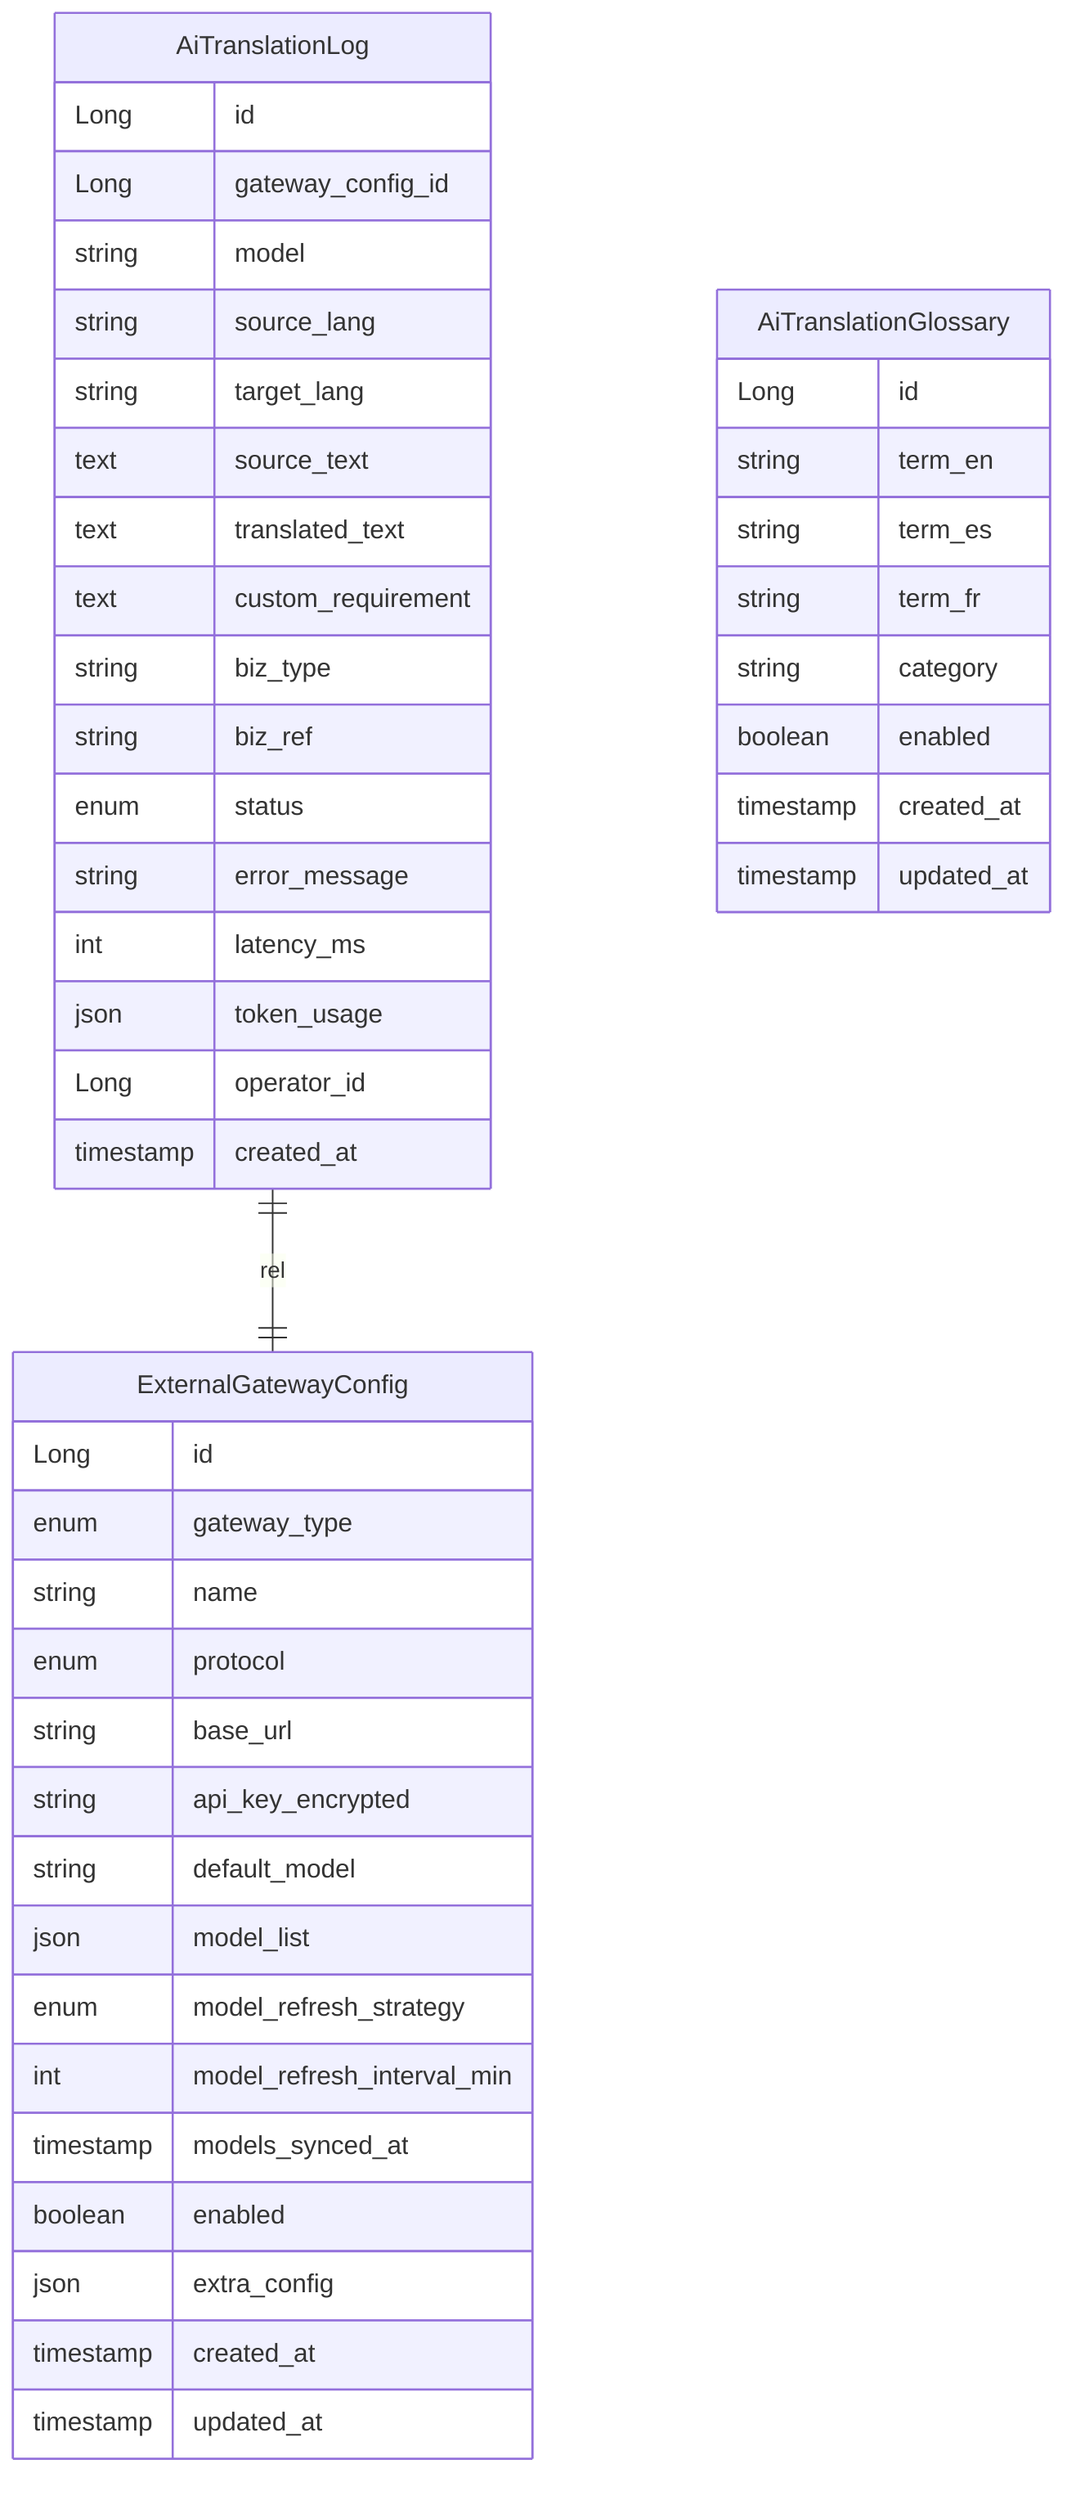
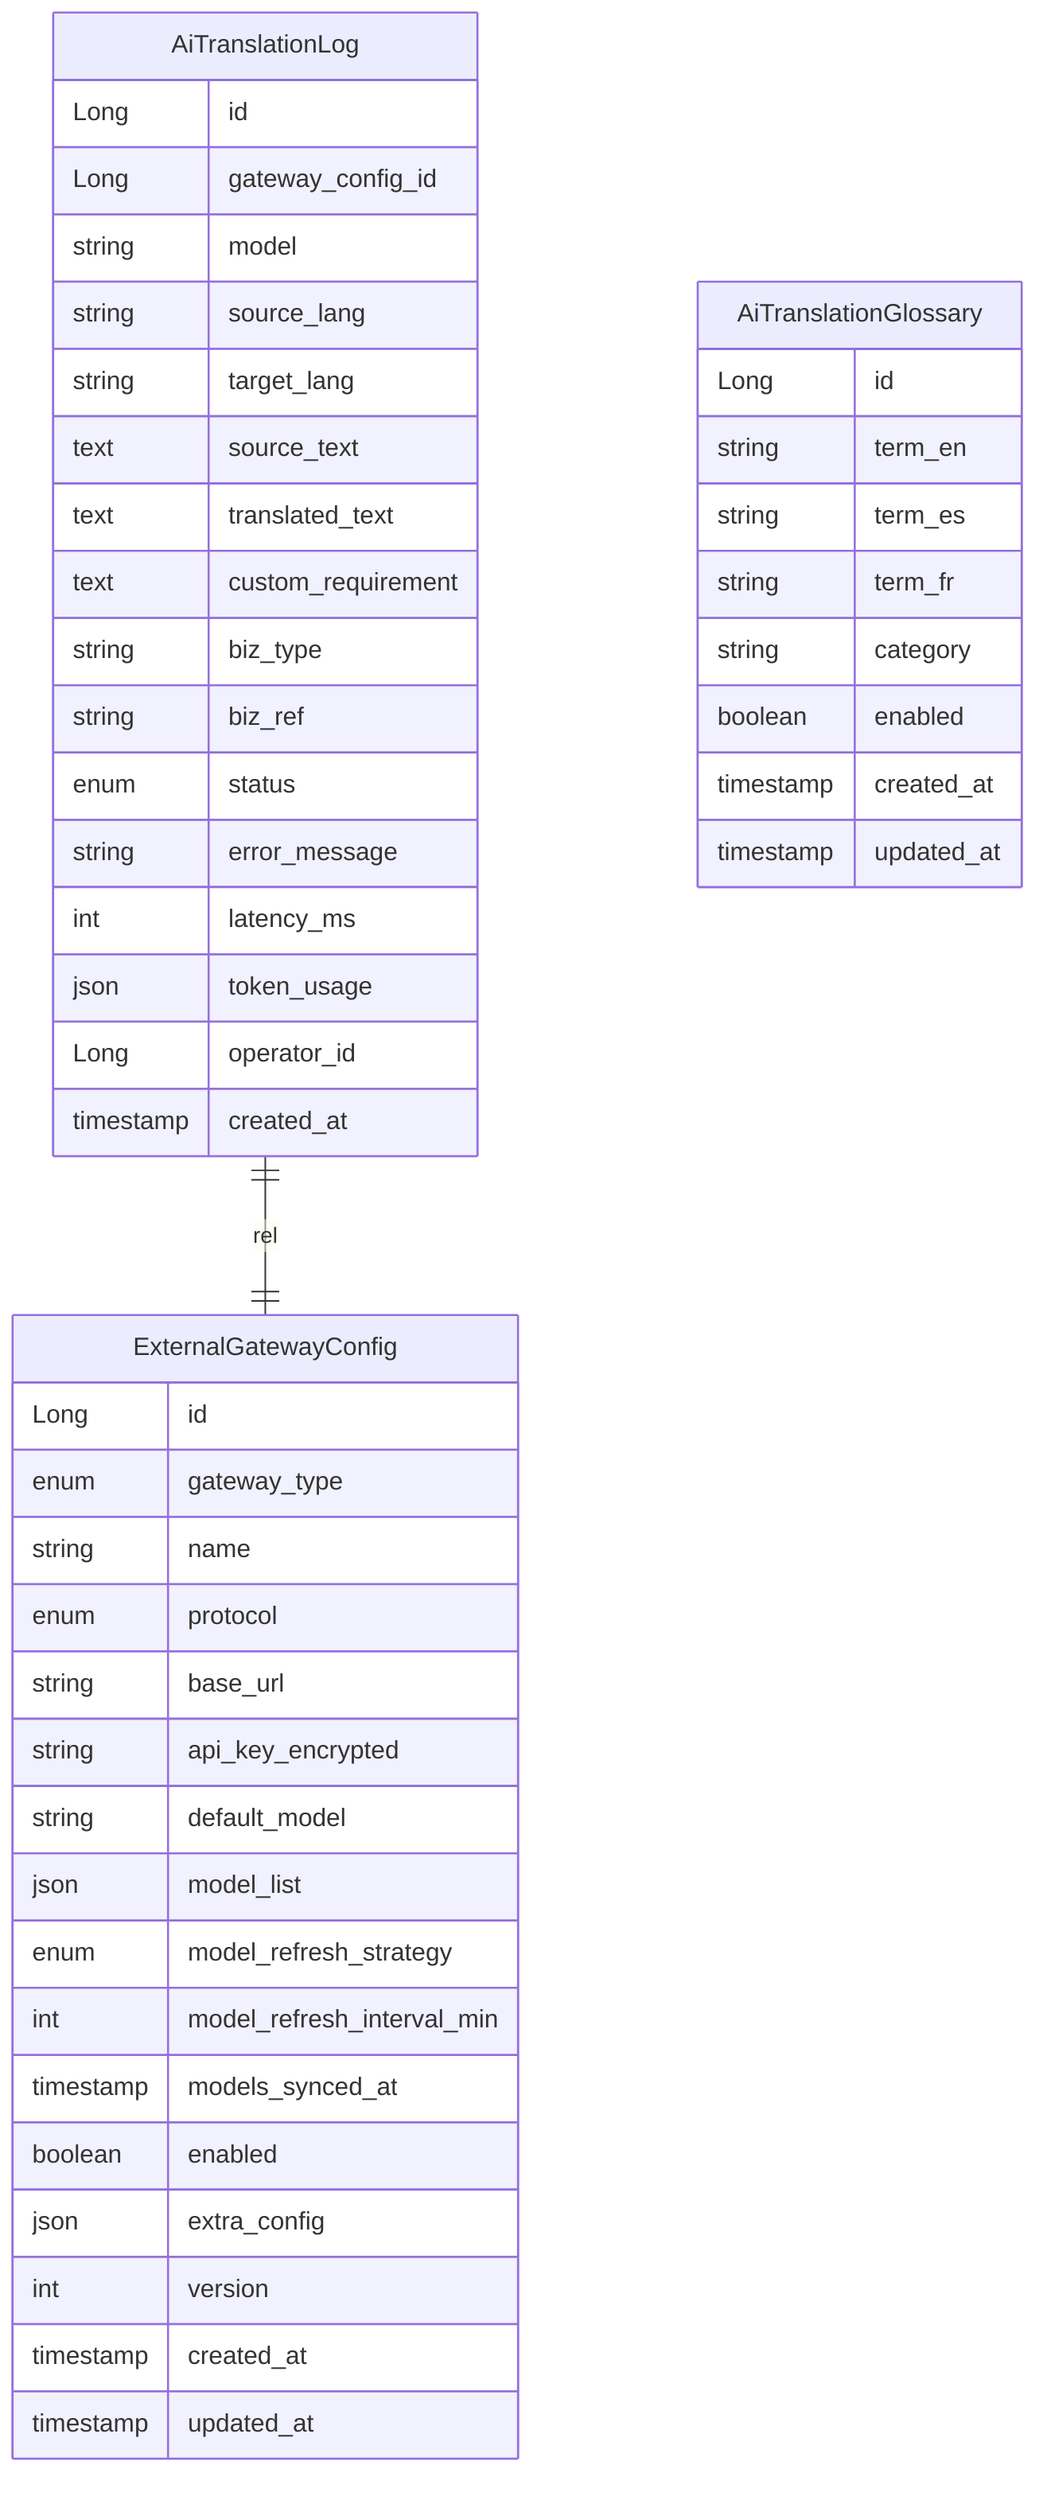
erDiagram
  %% ExternalGatewayConfig [new]
  ExternalGatewayConfig {
    Long id
    enum gateway_type
    string name
    enum protocol
    string base_url
    string api_key_encrypted
    string default_model
    json model_list
    enum model_refresh_strategy
    int model_refresh_interval_min
    timestamp models_synced_at
    boolean enabled
    json extra_config
+     int version
    timestamp created_at
    timestamp updated_at
  }
  %% AiTranslationLog [new]
  AiTranslationLog {
    Long id
    Long gateway_config_id
    string model
    string source_lang
    string target_lang
    text source_text
    text translated_text
    text custom_requirement
    string biz_type
    string biz_ref
    enum status
    string error_message
    int latency_ms
    json token_usage
    Long operator_id
    timestamp created_at
  }
  AiTranslationLog ||--|| ExternalGatewayConfig : "rel"
  %% AiTranslationGlossary [new]
  AiTranslationGlossary {
    Long id
    string term_en
    string term_es
    string term_fr
    string category
    boolean enabled
    timestamp created_at
    timestamp updated_at
  }
  classDef deprecated stroke:#999,stroke-dasharray:4 4,color:#999
  classDef new stroke:#0a0,stroke-width:2px
  classDef modified stroke:#fa0,stroke-width:2px
